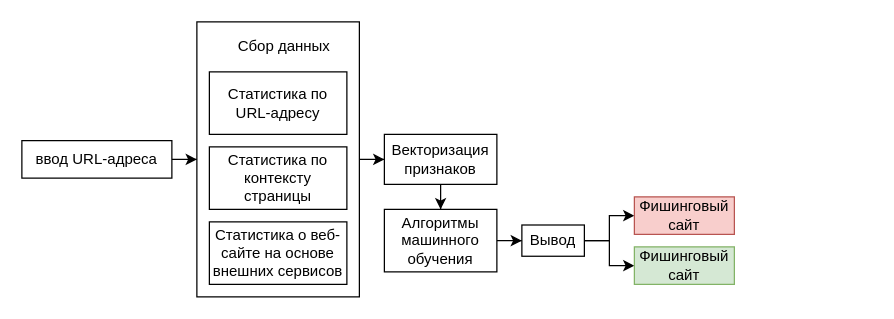
Earlier version of the draw.io diagram data/diagrams/process.drawio (KostyaRyabov/phishDetect). Source tidied: cells renumbered, new cells numbered last; positions are measured from the earlier drawing's top-left corner, leaving out a move shared by most shapes. Both pictures are drawn from the tidied source at 125%, with x=0, y=0 at pixel (21, 21).
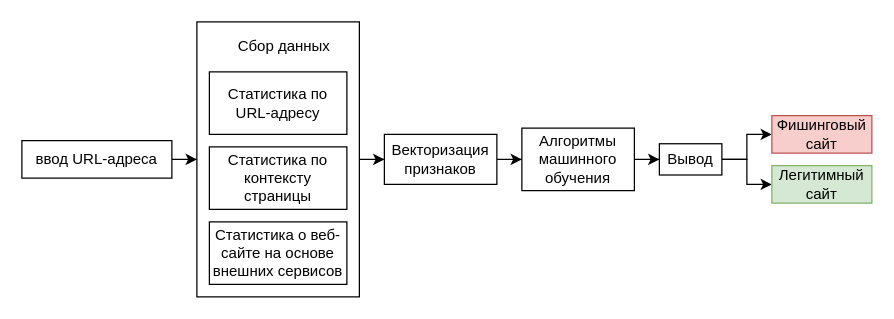
The same diagram, later.

Change to the diagram source:
```diff
@@
 <mxGraphModel>
   <root>
     <mxCell id="0" />
     <mxCell id="1" parent="0" />
     <mxCell id="2" style="edgeStyle=orthogonalEdgeStyle;rounded=0;jettySize=auto;html=1;" parent="1" edge="1" source="3" target="5">
       <mxGeometry relative="1" as="geometry" />
     </mxCell>
     <mxCell id="3" value="ввод URL-адреса" style="rounded=0;whiteSpace=wrap;html=1;" parent="1" vertex="1">
       <mxGeometry y="95" width="120" height="30" as="geometry" />
     </mxCell>
     <mxCell id="4" style="edgeStyle=orthogonalEdgeStyle;rounded=0;jettySize=auto;html=1;" parent="1" edge="1" source="5" target="11">
       <mxGeometry relative="1" as="geometry" />
     </mxCell>
     <mxCell id="5" style="rounded=0;whiteSpace=wrap;html=1;" parent="1" vertex="1">
       <mxGeometry x="140" width="130" height="220" as="geometry" />
     </mxCell>
     <mxCell id="6" value="Статистика по URL-адресу" style="rounded=0;whiteSpace=wrap;html=1;" parent="1" vertex="1">
       <mxGeometry x="150" y="40" width="110" height="50" as="geometry" />
     </mxCell>
     <mxCell id="7" value="Статистика по контексту страницы" style="rounded=0;whiteSpace=wrap;html=1;" parent="1" vertex="1">
       <mxGeometry x="150" y="100" width="110" height="50" as="geometry" />
     </mxCell>
     <mxCell id="8" value="Статистика о веб-сайте на основе внешних сервисов" style="rounded=0;whiteSpace=wrap;html=1;" parent="1" vertex="1">
       <mxGeometry x="150" y="160" width="110" height="50" as="geometry" />
     </mxCell>
     <mxCell id="9" value="Сбор данных" style="text;html=1;strokeColor=none;fillColor=none;align=center;verticalAlign=middle;whiteSpace=wrap;rounded=0;" parent="1" vertex="1">
       <mxGeometry x="165" y="10" width="90" height="20" as="geometry" />
     </mxCell>
     <mxCell id="10" style="edgeStyle=orthogonalEdgeStyle;rounded=0;jettySize=auto;html=1;" parent="1" edge="1" source="11" target="13">
       <mxGeometry relative="1" as="geometry" />
     </mxCell>
     <mxCell id="11" value="Векторизация признаков" style="rounded=0;whiteSpace=wrap;html=1;" parent="1" vertex="1">
       <mxGeometry x="290" y="90" width="90" height="40" as="geometry" />
     </mxCell>
     <mxCell id="12" style="edgeStyle=orthogonalEdgeStyle;rounded=0;jettySize=auto;html=1;" parent="1" edge="1" source="13" target="16">
       <mxGeometry relative="1" as="geometry" />
     </mxCell>
     <mxCell id="13" value="Алгоритмы машинного обучения" style="rounded=0;whiteSpace=wrap;html=1;" parent="1" vertex="1">
-      <mxGeometry x="290" y="150" width="90" height="50" as="geometry" />
+      <mxGeometry x="400" y="85" width="90" height="50" as="geometry" />
     </mxCell>
     <mxCell id="14" style="edgeStyle=orthogonalEdgeStyle;rounded=0;jettySize=auto;html=1;" parent="1" edge="1" source="16" target="17">
       <mxGeometry relative="1" as="geometry" />
     </mxCell>
     <mxCell id="15" style="edgeStyle=orthogonalEdgeStyle;rounded=0;jettySize=auto;html=1;exitX=1;exitY=0.5;exitDx=0;exitDy=0;entryX=0;entryY=0.5;entryDx=0;entryDy=0;" parent="1" edge="1" source="16" target="18">
       <mxGeometry relative="1" as="geometry" />
     </mxCell>
     <mxCell id="16" value="Вывод" style="rounded=0;whiteSpace=wrap;html=1;" parent="1" vertex="1">
-      <mxGeometry x="400" y="162.5" width="50" height="25" as="geometry" />
+      <mxGeometry x="510" y="97.5" width="50" height="25" as="geometry" />
     </mxCell>
     <mxCell id="17" value="Фишинговый сайт" style="rounded=0;whiteSpace=wrap;html=1;fillColor=#f8cecc;strokeColor=#b85450;" parent="1" vertex="1">
-      <mxGeometry x="490" y="140" width="80" height="30" as="geometry" />
+      <mxGeometry x="600" y="75" width="80" height="30" as="geometry" />
     </mxCell>
-    <mxCell id="18" value="Фишинговый сайт" style="rounded=0;whiteSpace=wrap;html=1;fillColor=#d5e8d4;strokeColor=#82b366;" parent="1" vertex="1">
-      <mxGeometry x="490" y="180" width="80" height="30" as="geometry" />
+    <mxCell id="18" value="Легитимный сайт" style="rounded=0;whiteSpace=wrap;html=1;fillColor=#d5e8d4;strokeColor=#82b366;" parent="1" vertex="1">
+      <mxGeometry x="600" y="115" width="80" height="30" as="geometry" />
     </mxCell>
   </root>
 </mxGraphModel>
```
